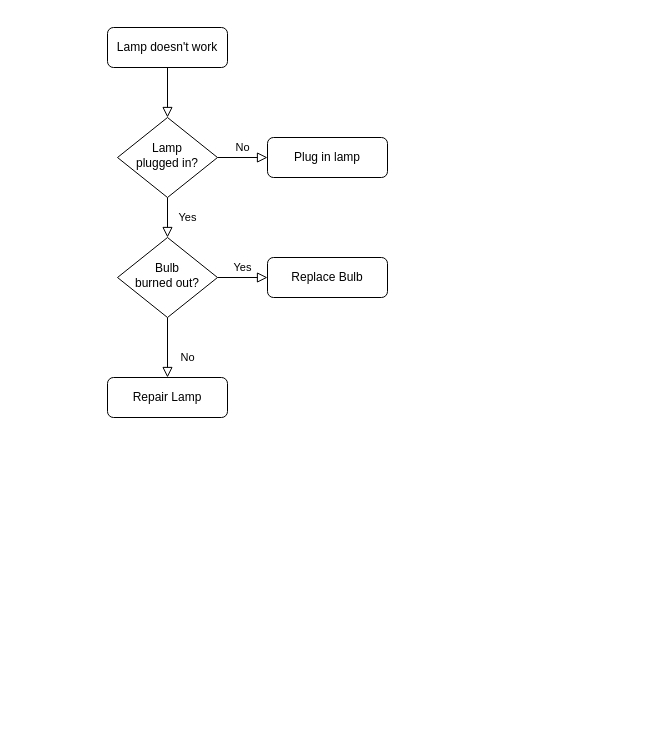
Earlier version of the draw.io diagram 未命名绘图.drawio (cgrlancer/draw.io). Source tidied: cells renumbered, new cells numbered last; positions are measured from the earlier drawing's top-left corner, leaving out a move shared by most shapes. Both pictures are drawn from the tidied source at 100%, with x=0, y=0 at pixel (107, 27).
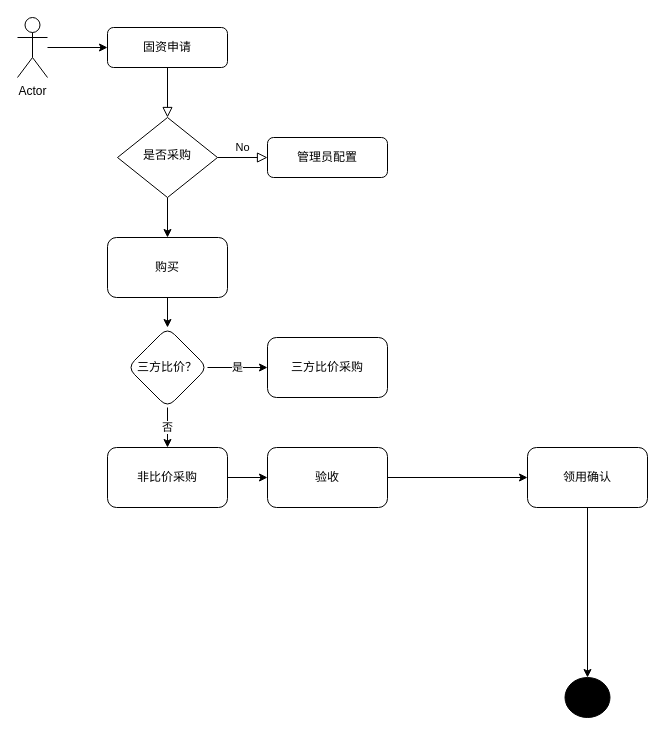
Above is the later version.

The edit, as a diff of the source:
```diff
@@
-    <mxCell id="3" value="Lamp doesn't work" style="rounded=1;whiteSpace=wrap;html=1;fontSize=12;glass=0;strokeWidth=1;shadow=0;" parent="1" vertex="1">
+    <mxCell id="3" value="固资申请" style="rounded=1;whiteSpace=wrap;html=1;fontSize=12;glass=0;strokeWidth=1;shadow=0;" parent="1" vertex="1">
       <mxGeometry width="120" height="40" as="geometry" />
     </mxCell>
-    <mxCell id="4" value="Yes" style="rounded=0;html=1;jettySize=auto;fontSize=11;endArrow=block;endFill=0;endSize=8;strokeWidth=1;shadow=0;labelBackgroundColor=none;edgeStyle=orthogonalEdgeStyle;" parent="1" edge="1" source="6" target="10">
-      <mxGeometry y="20" relative="1" as="geometry" />
-    </mxCell>
@@
+    <mxCell id="13" style="edgeStyle=orthogonalEdgeStyle;rounded=0;jettySize=auto;html=1;" parent="1" edge="1" source="6" target="18">
+      <mxGeometry relative="1" as="geometry" />
+    </mxCell>
-    <mxCell id="6" value="Lamp&lt;br&gt;plugged in?" style="rhombus;whiteSpace=wrap;html=1;shadow=0;fontFamily=Helvetica;fontSize=12;align=center;strokeWidth=1;spacing=6;spacingTop=-4;" parent="1" vertex="1">
+    <mxCell id="6" value="是否采购" style="rhombus;whiteSpace=wrap;html=1;shadow=0;fontFamily=Helvetica;fontSize=12;align=center;strokeWidth=1;spacing=6;spacingTop=-4;" parent="1" vertex="1">
       <mxGeometry x="10" y="90" width="100" height="80" as="geometry" />
     </mxCell>
-    <mxCell id="7" value="Plug in lamp" style="rounded=1;whiteSpace=wrap;html=1;fontSize=12;glass=0;strokeWidth=1;shadow=0;" parent="1" vertex="1">
+    <mxCell id="7" value="管理员配置" style="rounded=1;whiteSpace=wrap;html=1;fontSize=12;glass=0;strokeWidth=1;shadow=0;" parent="1" vertex="1">
       <mxGeometry x="160" y="110" width="120" height="40" as="geometry" />
     </mxCell>
-    <mxCell id="8" value="No" style="rounded=0;html=1;jettySize=auto;fontSize=11;endArrow=block;endFill=0;endSize=8;strokeWidth=1;shadow=0;labelBackgroundColor=none;edgeStyle=orthogonalEdgeStyle;" parent="1" edge="1" source="10" target="11">
-      <mxGeometry x="0.33" y="20" relative="1" as="geometry" />
-    </mxCell>
-    <mxCell id="9" value="Yes" style="edgeStyle=orthogonalEdgeStyle;rounded=0;html=1;jettySize=auto;fontSize=11;endArrow=block;endFill=0;endSize=8;strokeWidth=1;shadow=0;labelBackgroundColor=none;" parent="1" edge="1" source="10" target="12">
-      <mxGeometry y="10" relative="1" as="geometry" />
-    </mxCell>
-    <mxCell id="10" value="Bulb&lt;br&gt;burned out?" style="rhombus;whiteSpace=wrap;html=1;shadow=0;fontFamily=Helvetica;fontSize=12;align=center;strokeWidth=1;spacing=6;spacingTop=-4;" parent="1" vertex="1">
-      <mxGeometry x="10" y="210" width="100" height="80" as="geometry" />
-    </mxCell>
+    <mxCell id="14" style="edgeStyle=orthogonalEdgeStyle;rounded=0;jettySize=auto;html=1;" parent="1" edge="1" source="11" target="20">
+      <mxGeometry relative="1" as="geometry" />
+    </mxCell>
-    <mxCell id="11" value="Repair Lamp" style="rounded=1;whiteSpace=wrap;html=1;fontSize=12;glass=0;strokeWidth=1;shadow=0;" parent="1" vertex="1">
-      <mxGeometry y="350" width="120" height="40" as="geometry" />
+    <mxCell id="11" value="验收" style="rounded=1;whiteSpace=wrap;html=1;fontSize=12;glass=0;strokeWidth=1;shadow=0;" parent="1" vertex="1">
+      <mxGeometry x="160" y="420" width="120" height="60" as="geometry" />
     </mxCell>
-    <mxCell id="12" value="Replace Bulb" style="rounded=1;whiteSpace=wrap;html=1;fontSize=12;glass=0;strokeWidth=1;shadow=0;" parent="1" vertex="1">
-      <mxGeometry x="160" y="230" width="120" height="40" as="geometry" />
-    </mxCell>
+    <mxCell id="15" style="edgeStyle=orthogonalEdgeStyle;rounded=0;jettySize=auto;html=1;" parent="1" edge="1" source="16" target="3">
+      <mxGeometry relative="1" as="geometry" />
+    </mxCell>
+    <mxCell id="16" value="Actor" style="shape=umlActor;verticalLabelPosition=bottom;verticalAlign=top;html=1;outlineConnect=0;" parent="1" vertex="1">
+      <mxGeometry x="-90" y="-10" width="30" height="60" as="geometry" />
+    </mxCell>
+    <mxCell id="17" style="edgeStyle=orthogonalEdgeStyle;rounded=0;jettySize=auto;html=1;" parent="1" edge="1" source="18" target="24">
+      <mxGeometry relative="1" as="geometry" />
+    </mxCell>
+    <mxCell id="18" value="购买" style="rounded=1;whiteSpace=wrap;html=1;" parent="1" vertex="1">
+      <mxGeometry y="210" width="120" height="60" as="geometry" />
+    </mxCell>
+    <mxCell id="19" style="edgeStyle=orthogonalEdgeStyle;rounded=0;jettySize=auto;html=1;" parent="1" edge="1" source="20" target="21">
+      <mxGeometry relative="1" as="geometry" />
+    </mxCell>
+    <mxCell id="20" value="领用确认" style="whiteSpace=wrap;html=1;rounded=1;glass=0;strokeWidth=1;shadow=0;" parent="1" vertex="1">
+      <mxGeometry x="420" y="420" width="120" height="60" as="geometry" />
+    </mxCell>
+    <mxCell id="21" style="ellipse;whiteSpace=wrap;html=1;rounded=1;glass=0;strokeWidth=1;shadow=0;fillColor=#000000;" parent="1" vertex="1">
+      <mxGeometry x="457.5" y="650" width="45" height="40" as="geometry" />
+    </mxCell>
+    <mxCell id="22" value="否" style="edgeStyle=orthogonalEdgeStyle;rounded=0;jettySize=auto;html=1;" parent="1" edge="1" source="24" target="26">
+      <mxGeometry relative="1" as="geometry" />
+    </mxCell>
+    <mxCell id="23" value="是" style="edgeStyle=orthogonalEdgeStyle;rounded=0;jettySize=auto;html=1;" parent="1" edge="1" source="24" target="27">
+      <mxGeometry relative="1" as="geometry" />
+    </mxCell>
+    <mxCell id="24" value="三方比价？" style="rhombus;whiteSpace=wrap;html=1;rounded=1;" parent="1" vertex="1">
+      <mxGeometry x="20" y="300" width="80" height="80" as="geometry" />
+    </mxCell>
+    <mxCell id="25" style="edgeStyle=orthogonalEdgeStyle;rounded=0;jettySize=auto;html=1;" parent="1" edge="1" source="26" target="11">
+      <mxGeometry relative="1" as="geometry" />
+    </mxCell>
+    <mxCell id="26" value="非比价采购" style="whiteSpace=wrap;html=1;rounded=1;" parent="1" vertex="1">
+      <mxGeometry y="420" width="120" height="60" as="geometry" />
+    </mxCell>
+    <mxCell id="27" value="三方比价采购" style="whiteSpace=wrap;html=1;rounded=1;" parent="1" vertex="1">
+      <mxGeometry x="160" y="310" width="120" height="60" as="geometry" />
+    </mxCell>
```
